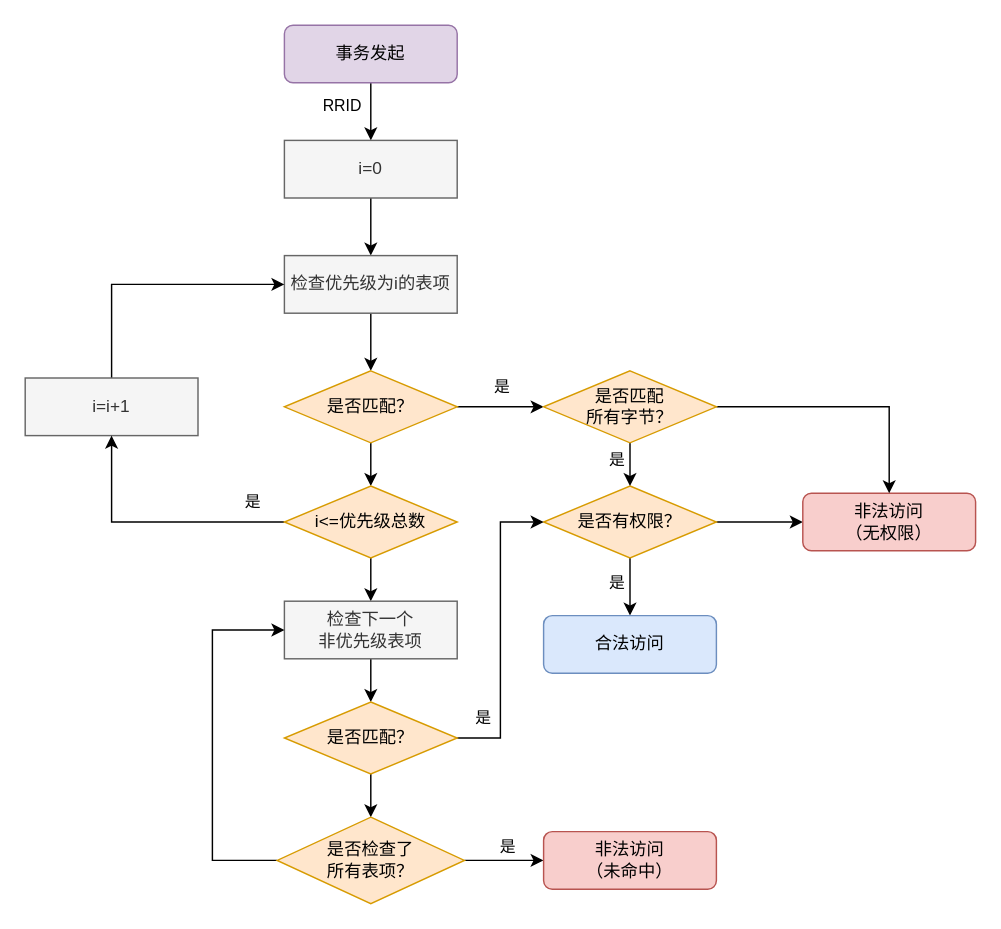
Invariant64/draw.io keeps this draw.io diagram as priority-check.drawio. Above is the earlier version. Source tidied: cells renumbered, new cells numbered last; positions are measured from the earlier drawing's top-left corner, leaving out a move shared by most shapes. Both pictures are drawn from the tidied source at 144%, with x=0, y=0 at pixel (24, 24).
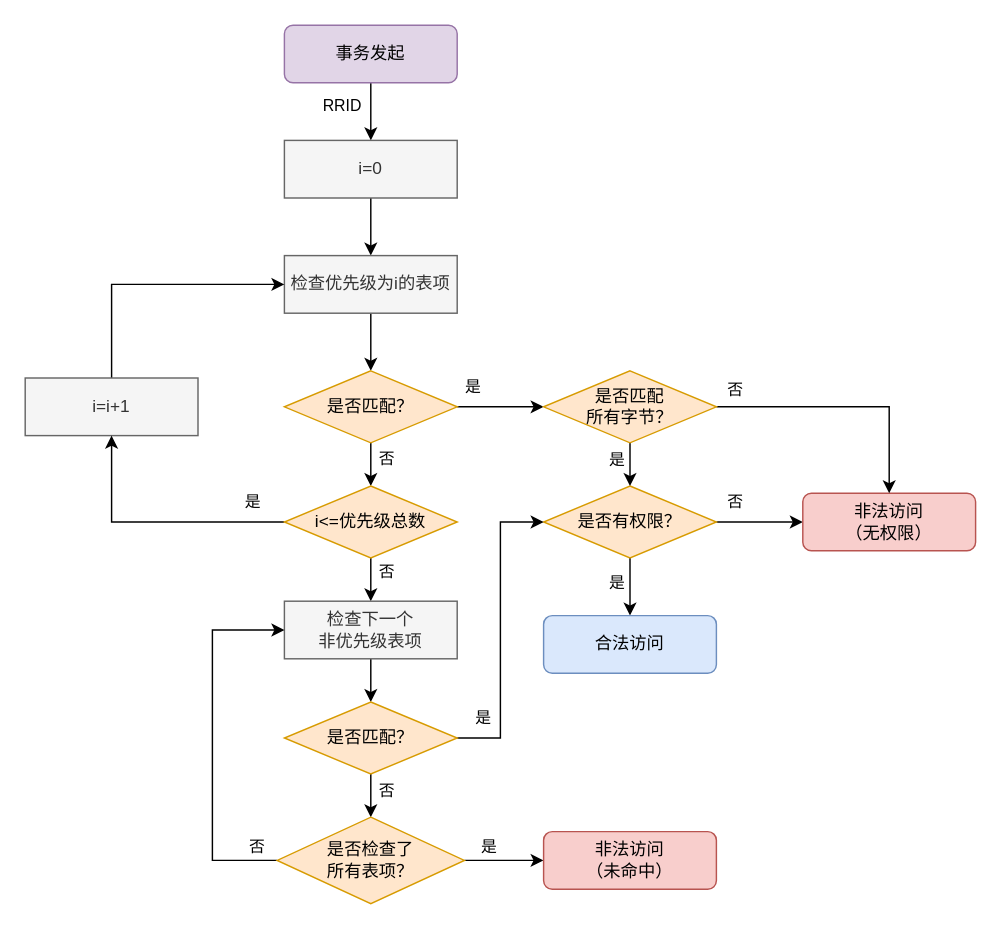
The same diagram, later.

Unchanged cells that the change refers to:
```xml
<mxCell id="10" style="edgeStyle=orthogonalEdgeStyle;rounded=0;jettySize=auto;html=1;entryX=0.5;entryY=0;entryDx=0;entryDy=0;" parent="1" edge="1" source="13" target="17">
  <mxGeometry relative="1" as="geometry" />
</mxCell>
<mxCell id="11" style="edgeStyle=orthogonalEdgeStyle;rounded=0;jettySize=auto;html=1;" parent="1" edge="1" source="13" target="38">
  <mxGeometry relative="1" as="geometry" />
</mxCell>
<mxCell id="16" style="edgeStyle=orthogonalEdgeStyle;rounded=0;jettySize=auto;html=1;entryX=0.5;entryY=0;entryDx=0;entryDy=0;" parent="1" edge="1" source="17" target="25">
  <mxGeometry relative="1" as="geometry" />
</mxCell>
<mxCell id="18" style="edgeStyle=orthogonalEdgeStyle;rounded=0;jettySize=auto;html=1;entryX=0;entryY=0.5;entryDx=0;entryDy=0;" parent="1" edge="1" source="21" target="22">
  <mxGeometry relative="1" as="geometry" />
</mxCell>
<mxCell id="26" style="edgeStyle=orthogonalEdgeStyle;rounded=0;jettySize=auto;html=1;" parent="1" edge="1" source="29" target="33">
  <mxGeometry relative="1" as="geometry" />
</mxCell>
<mxCell id="30" style="edgeStyle=orthogonalEdgeStyle;rounded=0;jettySize=auto;html=1;entryX=0;entryY=0.5;entryDx=0;entryDy=0;" parent="1" edge="1" source="33" target="25">
  <mxGeometry relative="1" as="geometry">
    <Array as="points">
      <mxPoint x="130" y="580" />
      <mxPoint x="130" y="420" />
    </Array>
  </mxGeometry>
</mxCell>
<mxCell id="31" style="edgeStyle=orthogonalEdgeStyle;rounded=0;jettySize=auto;html=1;entryX=0;entryY=0.5;entryDx=0;entryDy=0;" parent="1" edge="1" source="33" target="34">
  <mxGeometry relative="1" as="geometry" />
</mxCell>
<mxCell id="37" style="edgeStyle=orthogonalEdgeStyle;rounded=0;jettySize=auto;html=1;entryX=0.5;entryY=0;entryDx=0;entryDy=0;" parent="1" edge="1" source="38" target="22">
  <mxGeometry relative="1" as="geometry" />
</mxCell>
```

What changed in the source:
```diff
@@
+    <mxCell id="39" value="否" style="edgeLabel;html=1;align=center;verticalAlign=middle;" parent="10" vertex="1">
+      <mxGeometry x="0.18" relative="1" as="geometry">
+        <mxPoint x="10" as="offset" />
+      </mxGeometry>
+    </mxCell>
@@
     <mxCell id="12" value="是" style="edgeLabel;html=1;align=center;verticalAlign=middle;" parent="11" vertex="1">
       <mxGeometry x="0.06" y="-2" relative="1" as="geometry">
-        <mxPoint x="-2" y="-17" as="offset" />
+        <mxPoint x="-22" y="-17" as="offset" />
       </mxGeometry>
     </mxCell>
@@
+    <mxCell id="40" value="否" style="edgeLabel;html=1;align=center;verticalAlign=middle;" parent="16" vertex="1">
+      <mxGeometry x="-0.65" y="-1" relative="1" as="geometry">
+        <mxPoint x="11" as="offset" />
+      </mxGeometry>
+    </mxCell>
@@
+    <mxCell id="41" value="否" style="edgeLabel;html=1;align=center;verticalAlign=middle;" parent="18" vertex="1">
+      <mxGeometry x="-0.6" y="1" relative="1" as="geometry">
+        <mxPoint y="-14" as="offset" />
+      </mxGeometry>
+    </mxCell>
@@
+    <mxCell id="42" value="否" style="edgeLabel;html=1;align=center;verticalAlign=middle;" parent="26" vertex="1">
+      <mxGeometry x="0.16" y="1" relative="1" as="geometry">
+        <mxPoint x="11" as="offset" />
+      </mxGeometry>
+    </mxCell>
@@
+    <mxCell id="43" value="否" style="edgeLabel;html=1;align=center;verticalAlign=middle;" parent="30" vertex="1">
+      <mxGeometry x="-0.88" relative="1" as="geometry">
+        <mxPoint y="-10" as="offset" />
+      </mxGeometry>
+    </mxCell>
@@
     <mxCell id="32" value="是" style="edgeLabel;html=1;align=center;verticalAlign=middle;" parent="31" vertex="1">
       <mxGeometry x="0.04" y="-1" relative="1" as="geometry">
-        <mxPoint y="-11" as="offset" />
+        <mxPoint x="-13" y="-11" as="offset" />
       </mxGeometry>
     </mxCell>
@@
+    <mxCell id="44" value="否" style="edgeLabel;html=1;align=center;verticalAlign=middle;" parent="37" vertex="1">
+      <mxGeometry x="-0.75" relative="1" as="geometry">
+        <mxPoint x="-11" y="-13" as="offset" />
+      </mxGeometry>
+    </mxCell>
```
